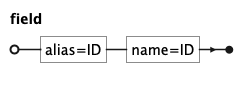
Above: docs/kql/field.png in koryki-java/core (PlantUML), before the change.
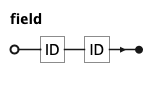
Above is the later version.

Change to the diagram source:
```diff
@@ -6,6 +6,6 @@
 'title field
 
 field =
-    "alias=ID", "name=ID"
+    "ID", "ID"
 ;
 @endebnf
```
